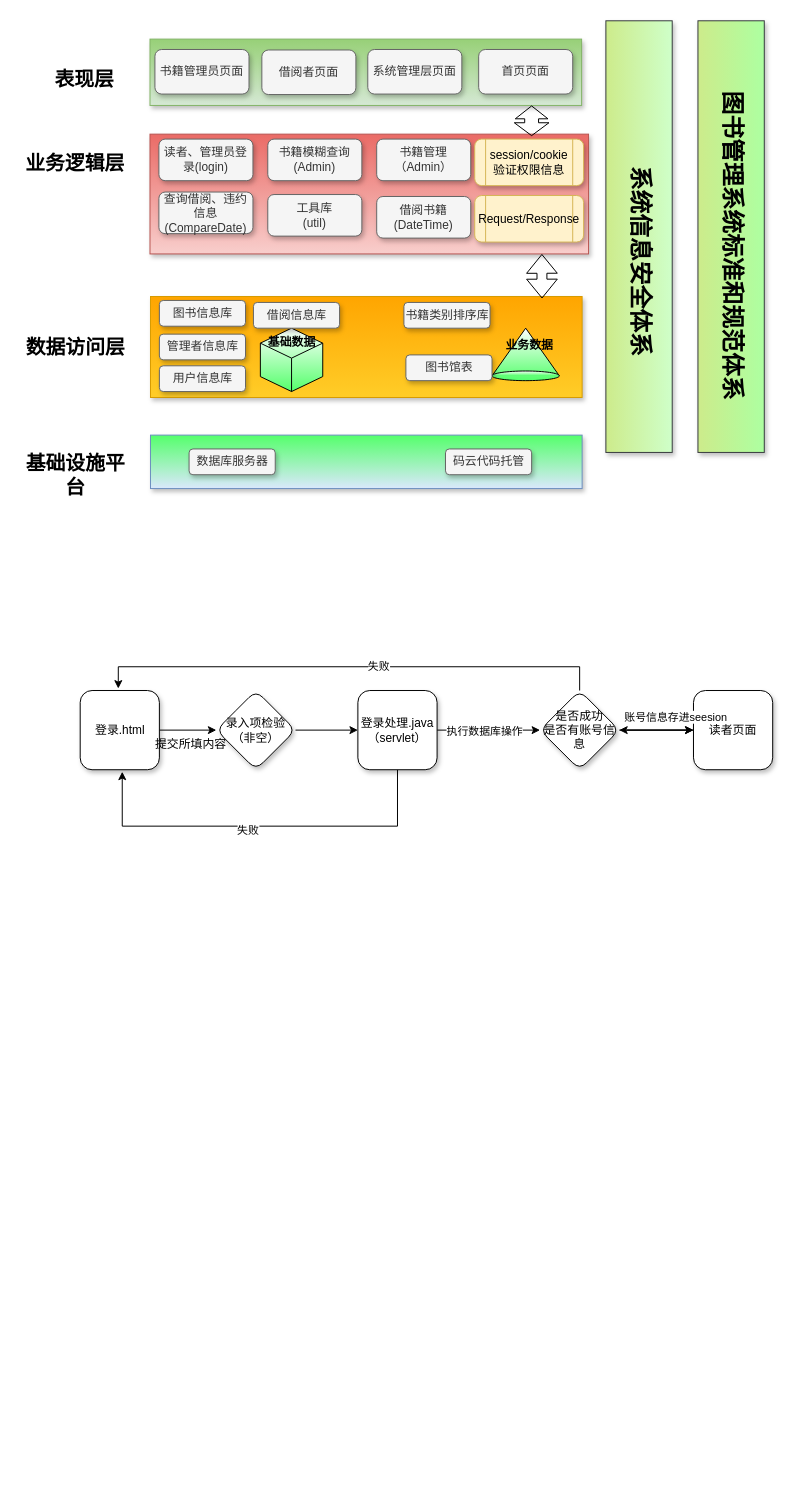
The draw.io diagram Untitled Diagram.drawio in roundaboutfuture/test, before the edit. Source tidied: cells renumbered, new cells numbered last; positions are measured from the earlier drawing's top-left corner, leaving out a move shared by most shapes. Both pictures are drawn from the tidied source at 99%, with x=0, y=0 at pixel (21, 39).
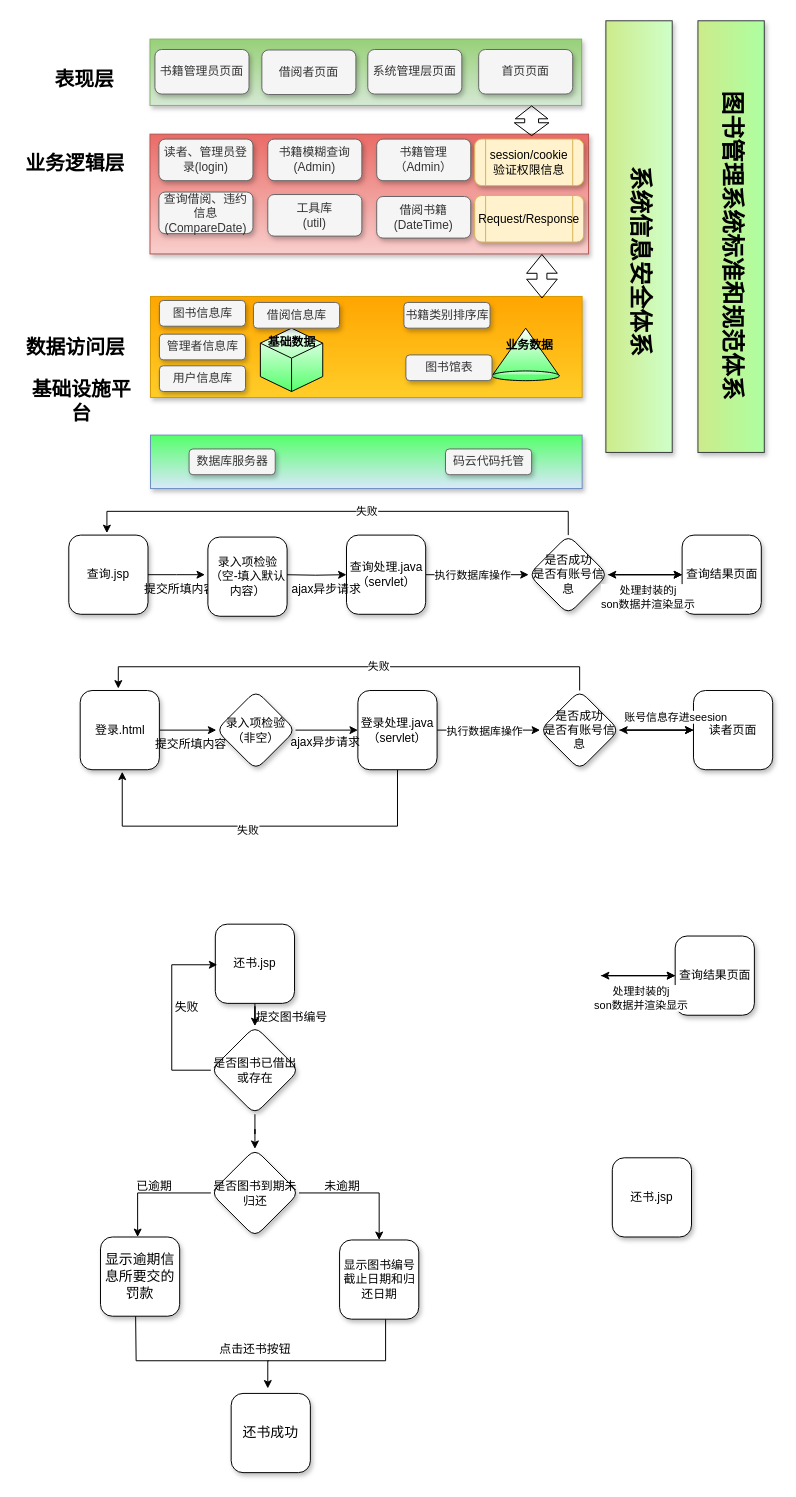
The same page after the edit.

The edit, as a diff of the source:
```diff
@@
     <mxCell id="17" value="&lt;h4&gt;&lt;font face=&quot;楷体&quot; style=&quot;font-size: 20px&quot;&gt;基础设施平台&lt;/font&gt;&lt;/h4&gt;" style="text;html=1;strokeColor=none;fillColor=none;align=center;verticalAlign=middle;whiteSpace=wrap;rounded=0;shadow=1;fontFamily=Times New Roman;" parent="1" vertex="1">
-      <mxGeometry y="411" width="109.5" height="58.5" as="geometry" />
+      <mxGeometry x="6" y="336" width="109.5" height="58.5" as="geometry" />
     </mxCell>
@@
+    <mxCell id="58" value="ajax异步请求" style="text;html=1;align=center;verticalAlign=middle;strokeColor=none;fillColor=none;" parent="1" vertex="1">
+      <mxGeometry x="267" y="702" width="80" height="18" as="geometry" />
+    </mxCell>
+    <mxCell id="59" style="edgeStyle=orthogonalEdgeStyle;rounded=0;jettySize=auto;html=1;" parent="1" edge="1" source="60">
+      <mxGeometry relative="1" as="geometry">
+        <mxPoint x="185.5" y="541" as="targetPoint" />
+      </mxGeometry>
+    </mxCell>
+    <mxCell id="60" value="查询.jsp" style="whiteSpace=wrap;html=1;rounded=1;shadow=1;" parent="1" vertex="1">
+      <mxGeometry x="48" y="501" width="80" height="80" as="geometry" />
+    </mxCell>
+    <mxCell id="61" style="edgeStyle=orthogonalEdgeStyle;rounded=0;jettySize=auto;html=1;" parent="1" edge="1" target="64">
+      <mxGeometry relative="1" as="geometry">
+        <mxPoint x="265.5" y="541" as="sourcePoint" />
+      </mxGeometry>
+    </mxCell>
+    <mxCell id="62" style="edgeStyle=orthogonalEdgeStyle;rounded=0;jettySize=auto;html=1;" parent="1" edge="1" source="64" target="69">
+      <mxGeometry relative="1" as="geometry" />
+    </mxCell>
+    <mxCell id="63" value="执行数据库操作" style="edgeLabel;html=1;align=center;verticalAlign=middle;" parent="62" vertex="1">
+      <mxGeometry x="-0.21" y="-1" relative="1" as="geometry">
+        <mxPoint x="6" y="-1" as="offset" />
+      </mxGeometry>
+    </mxCell>
+    <mxCell id="64" value="查询处理.java&lt;br&gt;（servlet）" style="whiteSpace=wrap;html=1;rounded=1;shadow=1;" parent="1" vertex="1">
+      <mxGeometry x="328.5" y="501" width="80" height="80" as="geometry" />
+    </mxCell>
+    <mxCell id="65" style="edgeStyle=orthogonalEdgeStyle;rounded=0;jettySize=auto;html=1;" parent="1" edge="1" target="71">
+      <mxGeometry relative="1" as="geometry">
+        <mxPoint x="600.5" y="541" as="sourcePoint" />
+        <Array as="points">
+          <mxPoint x="600.5" y="541" />
+          <mxPoint x="600.5" y="541" />
+        </Array>
+      </mxGeometry>
+    </mxCell>
+    <mxCell id="66" style="edgeStyle=orthogonalEdgeStyle;rounded=0;jettySize=auto;html=1;entryX=0.481;entryY=-0.025;entryDx=0;entryDy=0;entryPerimeter=0;" parent="1" edge="1" source="69" target="60">
+      <mxGeometry relative="1" as="geometry">
+        <Array as="points">
+          <mxPoint x="552.5" y="477" />
+          <mxPoint x="86.5" y="477" />
+        </Array>
+      </mxGeometry>
+    </mxCell>
+    <mxCell id="67" value="失败" style="edgeLabel;html=1;align=center;verticalAlign=middle;" parent="66" vertex="1">
+      <mxGeometry x="-0.11" y="-1" relative="1" as="geometry" />
+    </mxCell>
+    <mxCell id="68" style="edgeStyle=orthogonalEdgeStyle;rounded=0;jettySize=auto;html=1;" parent="1" edge="1" source="69" target="71">
+      <mxGeometry relative="1" as="geometry">
+        <Array as="points">
+          <mxPoint x="613.5" y="541" />
+          <mxPoint x="613.5" y="541" />
+        </Array>
+      </mxGeometry>
+    </mxCell>
+    <mxCell id="69" value="是否成功&lt;br&gt;是否有账号信息" style="rhombus;whiteSpace=wrap;html=1;rounded=1;shadow=1;" parent="1" vertex="1">
+      <mxGeometry x="512.5" y="501" width="80" height="80" as="geometry" />
+    </mxCell>
+    <mxCell id="70" style="edgeStyle=orthogonalEdgeStyle;rounded=0;jettySize=auto;html=1;" parent="1" edge="1" source="71" target="69">
+      <mxGeometry relative="1" as="geometry" />
+    </mxCell>
+    <mxCell id="71" value="查询结果页面" style="whiteSpace=wrap;html=1;rounded=1;shadow=1;" parent="1" vertex="1">
+      <mxGeometry x="667.5" y="501" width="80" height="80" as="geometry" />
+    </mxCell>
+    <mxCell id="72" value="提交所填内容" style="text;html=1;align=center;verticalAlign=middle;strokeColor=none;fillColor=none;" parent="1" vertex="1">
+      <mxGeometry x="118.5" y="547" width="82" height="18" as="geometry" />
+    </mxCell>
+    <mxCell id="73" value="处理封装的j&lt;br&gt;son数据并渲染显示" style="edgeLabel;html=1;align=center;verticalAlign=middle;" parent="1" vertex="1">
+      <mxGeometry x="487.5" y="583" as="geometry">
+        <mxPoint x="145" y="-20" as="offset" />
+      </mxGeometry>
+    </mxCell>
+    <mxCell id="74" value="ajax异步请求" style="text;html=1;align=center;verticalAlign=middle;strokeColor=none;fillColor=none;" parent="1" vertex="1">
+      <mxGeometry x="267.5" y="547" width="80" height="18" as="geometry" />
+    </mxCell>
+    <mxCell id="75" value="录入项检验&lt;br&gt;（空-填入默认内容）" style="whiteSpace=wrap;html=1;rounded=1;shadow=1;" parent="1" vertex="1">
+      <mxGeometry x="188.5" y="503" width="80" height="80" as="geometry" />
+    </mxCell>
+    <mxCell id="76" style="edgeStyle=orthogonalEdgeStyle;rounded=0;jettySize=auto;html=1;" parent="1" edge="1" source="77" target="86">
+      <mxGeometry relative="1" as="geometry" />
+    </mxCell>
+    <mxCell id="77" value="还书.jsp" style="whiteSpace=wrap;html=1;rounded=1;shadow=1;" parent="1" vertex="1">
+      <mxGeometry x="196" y="894" width="80" height="80" as="geometry" />
+    </mxCell>
+    <mxCell id="78" style="edgeStyle=orthogonalEdgeStyle;rounded=0;jettySize=auto;html=1;" parent="1" edge="1" target="81">
+      <mxGeometry relative="1" as="geometry">
+        <mxPoint x="593.5" y="946" as="sourcePoint" />
+        <Array as="points">
+          <mxPoint x="593.5" y="946" />
+          <mxPoint x="593.5" y="946" />
+        </Array>
+      </mxGeometry>
+    </mxCell>
+    <mxCell id="79" style="edgeStyle=orthogonalEdgeStyle;rounded=0;jettySize=auto;html=1;" parent="1" edge="1" target="81">
+      <mxGeometry relative="1" as="geometry">
+        <mxPoint x="585.5" y="946" as="sourcePoint" />
+        <Array as="points">
+          <mxPoint x="606.5" y="946" />
+          <mxPoint x="606.5" y="946" />
+        </Array>
+      </mxGeometry>
+    </mxCell>
+    <mxCell id="80" style="edgeStyle=orthogonalEdgeStyle;rounded=0;jettySize=auto;html=1;" parent="1" edge="1" source="81">
+      <mxGeometry relative="1" as="geometry">
+        <mxPoint x="585.5" y="946" as="targetPoint" />
+      </mxGeometry>
+    </mxCell>
+    <mxCell id="81" value="查询结果页面" style="whiteSpace=wrap;html=1;rounded=1;shadow=1;" parent="1" vertex="1">
+      <mxGeometry x="660.5" y="906" width="80" height="80" as="geometry" />
+    </mxCell>
+    <mxCell id="82" value="提交图书编号" style="text;html=1;align=center;verticalAlign=middle;strokeColor=none;fillColor=none;" parent="1" vertex="1">
+      <mxGeometry x="232" y="979" width="82" height="18" as="geometry" />
+    </mxCell>
+    <mxCell id="83" value="处理封装的j&lt;br&gt;son数据并渲染显示" style="edgeLabel;html=1;align=center;verticalAlign=middle;" parent="1" vertex="1">
+      <mxGeometry x="480.5" y="988" as="geometry">
+        <mxPoint x="145" y="-20" as="offset" />
+      </mxGeometry>
+    </mxCell>
+    <mxCell id="84" style="edgeStyle=orthogonalEdgeStyle;rounded=0;jettySize=auto;html=1;" parent="1" edge="1" source="86" target="89">
+      <mxGeometry relative="1" as="geometry" />
+    </mxCell>
+    <mxCell id="85" style="edgeStyle=orthogonalEdgeStyle;rounded=0;jettySize=auto;html=1;entryX=0.025;entryY=0.513;entryDx=0;entryDy=0;entryPerimeter=0;" parent="1" edge="1" source="86" target="77">
+      <mxGeometry relative="1" as="geometry">
+        <Array as="points">
+          <mxPoint x="152" y="1042" />
+          <mxPoint x="152" y="935" />
+        </Array>
+      </mxGeometry>
+    </mxCell>
+    <mxCell id="86" value="是否图书已借出或存在" style="rhombus;whiteSpace=wrap;html=1;rounded=1;shadow=1;" parent="1" vertex="1">
+      <mxGeometry x="191.5" y="997" width="89" height="89" as="geometry" />
+    </mxCell>
+    <mxCell id="87" style="edgeStyle=orthogonalEdgeStyle;rounded=0;jettySize=auto;html=1;entryX=0.469;entryY=0;entryDx=0;entryDy=0;entryPerimeter=0;" parent="1" edge="1" source="89" target="92">
+      <mxGeometry relative="1" as="geometry" />
+    </mxCell>
+    <mxCell id="88" style="edgeStyle=orthogonalEdgeStyle;rounded=0;jettySize=auto;html=1;" parent="1" edge="1" source="89" target="95">
+      <mxGeometry relative="1" as="geometry" />
+    </mxCell>
+    <mxCell id="89" value="是否图书到期未归还" style="rhombus;whiteSpace=wrap;html=1;rounded=1;shadow=1;" parent="1" vertex="1">
+      <mxGeometry x="191.5" y="1121" width="89" height="89" as="geometry" />
+    </mxCell>
+    <mxCell id="90" value="还书.jsp" style="whiteSpace=wrap;html=1;rounded=1;shadow=1;" parent="1" vertex="1">
+      <mxGeometry x="597" y="1130" width="80" height="80" as="geometry" />
+    </mxCell>
+    <mxCell id="91" value="失败" style="text;html=1;align=center;verticalAlign=middle;strokeColor=none;fillColor=none;" parent="1" vertex="1">
+      <mxGeometry x="150" y="969" width="34" height="18" as="geometry" />
+    </mxCell>
+    <mxCell id="92" value="&lt;p class=&quot;MsoNormal&quot;&gt;&lt;span style=&quot;font-size: 10.5000pt&quot;&gt;&lt;font face=&quot;宋体&quot;&gt;显示逾期信息所要交的罚款&lt;/font&gt;&lt;/span&gt;&lt;/p&gt;" style="whiteSpace=wrap;html=1;rounded=1;shadow=1;" parent="1" vertex="1">
+      <mxGeometry x="80" y="1210" width="80" height="80" as="geometry" />
+    </mxCell>
+    <mxCell id="93" value="已逾期" style="text;html=1;align=center;verticalAlign=middle;strokeColor=none;fillColor=none;" parent="1" vertex="1">
+      <mxGeometry x="111" y="1150" width="46" height="18" as="geometry" />
+    </mxCell>
+    <mxCell id="94" style="edgeStyle=orthogonalEdgeStyle;rounded=0;orthogonalLoop=1;jettySize=auto;html=1;entryX=0.463;entryY=-0.012;entryDx=0;entryDy=0;entryPerimeter=0;startFill=1;endFill=1;anchorPointDirection=1;" parent="1" edge="1">
+      <mxGeometry relative="1" as="geometry">
+        <mxPoint x="368" y="1289" as="sourcePoint" />
+        <mxPoint x="249" y="1363" as="targetPoint" />
+        <Array as="points">
+          <mxPoint x="368" y="1335" />
+          <mxPoint x="249" y="1335" />
+        </Array>
+      </mxGeometry>
+    </mxCell>
+    <mxCell id="95" value="显示图书编号截止日期和归还日期" style="whiteSpace=wrap;html=1;rounded=1;shadow=1;" parent="1" vertex="1">
+      <mxGeometry x="321.5" y="1213" width="80" height="80" as="geometry" />
+    </mxCell>
+    <mxCell id="96" value="未逾期" style="text;html=1;align=center;verticalAlign=middle;strokeColor=none;fillColor=none;" parent="1" vertex="1">
+      <mxGeometry x="301" y="1150" width="46" height="18" as="geometry" />
+    </mxCell>
+    <mxCell id="97" value="&lt;p class=&quot;MsoNormal&quot;&gt;&lt;span style=&quot;font-size: 10.5000pt&quot;&gt;&lt;font face=&quot;宋体&quot;&gt;还书成功&lt;/font&gt;&lt;/span&gt;&lt;/p&gt;" style="whiteSpace=wrap;html=1;rounded=1;shadow=1;" parent="1" vertex="1">
+      <mxGeometry x="212" y="1368" width="80" height="80" as="geometry" />
+    </mxCell>
+    <mxCell id="98" style="endArrow=none;html=1;rounded=0;" parent="1" edge="1">
+      <mxGeometry relative="1" as="geometry">
+        <mxPoint x="250" y="1335" as="sourcePoint" />
+        <mxPoint x="115.5" y="1290" as="targetPoint" />
+        <Array as="points">
+          <mxPoint x="116" y="1335" />
+        </Array>
+      </mxGeometry>
+    </mxCell>
+    <mxCell id="99" value="点击还书按钮" style="text;html=1;align=center;verticalAlign=middle;strokeColor=none;fillColor=none;" parent="1" vertex="1">
+      <mxGeometry x="195" y="1315" width="82" height="18" as="geometry" />
+    </mxCell>
```
